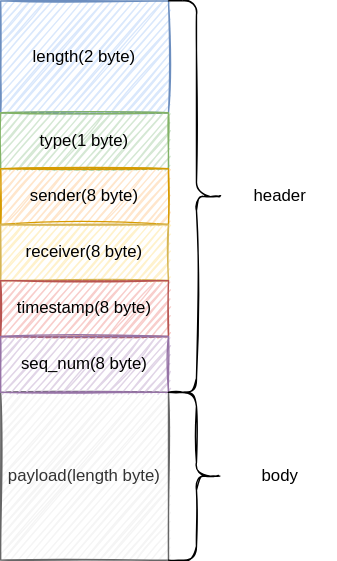
Earlier version of the draw.io export doc/msg_structure.svg (SuanCaiYv/prim). Source tidied: cells renumbered, new cells last; positions are measured from the earlier drawing's top-left corner, leaving out a move shared by most shapes. Its diagram source:
```xml
<mxGraphModel>
  <root>
    <mxCell id="0" />
    <mxCell id="1" parent="0" />
    <mxCell id="2" value="length(2 byte)" style="rounded=0;whiteSpace=wrap;html=1;fillColor=#dae8fc;strokeColor=#6c8ebf;sketch=1;" parent="1" vertex="1">
      <mxGeometry width="120" height="80" as="geometry" />
    </mxCell>
    <mxCell id="3" value="type(1 byte)" style="rounded=0;whiteSpace=wrap;html=1;fillColor=#d5e8d4;strokeColor=#82b366;sketch=1;" parent="1" vertex="1">
      <mxGeometry y="80" width="120" height="40" as="geometry" />
    </mxCell>
    <mxCell id="4" value="payload(length byte)" style="rounded=0;whiteSpace=wrap;html=1;fillColor=#f5f5f5;strokeColor=#666666;fontColor=#333333;sketch=1;" parent="1" vertex="1">
      <mxGeometry y="280" width="120" height="120" as="geometry" />
    </mxCell>
    <mxCell id="5" value="sender(8 byte)" style="rounded=0;whiteSpace=wrap;html=1;fillColor=#ffe6cc;strokeColor=#d79b00;sketch=1;" parent="1" vertex="1">
      <mxGeometry y="120" width="120" height="40" as="geometry" />
    </mxCell>
    <mxCell id="6" value="receiver(8 byte)" style="rounded=0;whiteSpace=wrap;html=1;fillColor=#fff2cc;strokeColor=#d6b656;sketch=1;" parent="1" vertex="1">
      <mxGeometry y="160" width="120" height="40" as="geometry" />
    </mxCell>
    <mxCell id="7" value="timestamp(8 byte)" style="rounded=0;whiteSpace=wrap;html=1;fillColor=#f8cecc;strokeColor=#b85450;sketch=1;" parent="1" vertex="1">
      <mxGeometry y="200" width="120" height="40" as="geometry" />
    </mxCell>
    <mxCell id="8" value="seq_num(8 byte)" style="rounded=0;whiteSpace=wrap;html=1;fillColor=#e1d5e7;strokeColor=#9673a6;sketch=1;" parent="1" vertex="1">
      <mxGeometry y="240" width="120" height="40" as="geometry" />
    </mxCell>
    <mxCell id="9" style="shape=curlyBracket;whiteSpace=wrap;html=1;rounded=1;flipH=1;sketch=1;" parent="1" vertex="1">
      <mxGeometry x="120" width="40" height="280" as="geometry" />
    </mxCell>
    <mxCell id="10" value="header" style="text;html=1;strokeColor=none;fillColor=none;align=center;verticalAlign=middle;whiteSpace=wrap;rounded=0;sketch=1;" parent="1" vertex="1">
      <mxGeometry x="160" y="120" width="80" height="40" as="geometry" />
    </mxCell>
    <mxCell id="11" style="shape=curlyBracket;whiteSpace=wrap;html=1;rounded=1;flipH=1;sketch=1;" parent="1" vertex="1">
      <mxGeometry x="120" y="280" width="40" height="120" as="geometry" />
    </mxCell>
    <mxCell id="12" value="body" style="text;html=1;strokeColor=none;fillColor=none;align=center;verticalAlign=middle;whiteSpace=wrap;rounded=0;sketch=1;" parent="1" vertex="1">
      <mxGeometry x="160" y="320" width="80" height="40" as="geometry" />
    </mxCell>
  </root>
</mxGraphModel>
```
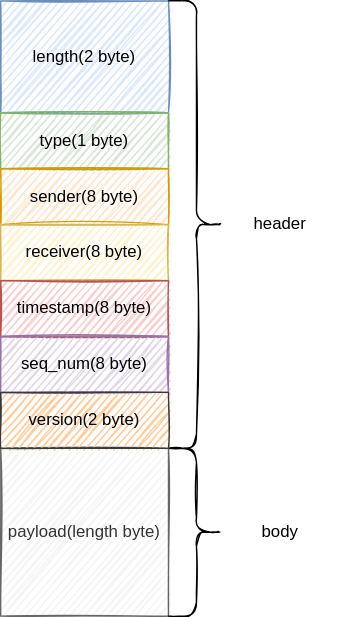
The same diagram one commit later.

Change to the diagram source:
```diff
@@ -9,7 +9,7 @@
       <mxGeometry y="80" width="120" height="40" as="geometry" />
     </mxCell>
     <mxCell id="4" value="payload(length byte)" style="rounded=0;whiteSpace=wrap;html=1;fillColor=#f5f5f5;strokeColor=#666666;fontColor=#333333;sketch=1;" parent="1" vertex="1">
-      <mxGeometry y="280" width="120" height="120" as="geometry" />
+      <mxGeometry y="320" width="120" height="120" as="geometry" />
     </mxCell>
     <mxCell id="5" value="sender(8 byte)" style="rounded=0;whiteSpace=wrap;html=1;fillColor=#ffe6cc;strokeColor=#d79b00;sketch=1;" parent="1" vertex="1">
       <mxGeometry y="120" width="120" height="40" as="geometry" />
@@ -24,16 +24,19 @@
       <mxGeometry y="240" width="120" height="40" as="geometry" />
     </mxCell>
     <mxCell id="9" style="shape=curlyBracket;whiteSpace=wrap;html=1;rounded=1;flipH=1;sketch=1;" parent="1" vertex="1">
-      <mxGeometry x="120" width="40" height="280" as="geometry" />
+      <mxGeometry x="120" width="40" height="320" as="geometry" />
     </mxCell>
     <mxCell id="10" value="header" style="text;html=1;strokeColor=none;fillColor=none;align=center;verticalAlign=middle;whiteSpace=wrap;rounded=0;sketch=1;" parent="1" vertex="1">
-      <mxGeometry x="160" y="120" width="80" height="40" as="geometry" />
+      <mxGeometry x="160" y="140" width="80" height="40" as="geometry" />
     </mxCell>
     <mxCell id="11" style="shape=curlyBracket;whiteSpace=wrap;html=1;rounded=1;flipH=1;sketch=1;" parent="1" vertex="1">
-      <mxGeometry x="120" y="280" width="40" height="120" as="geometry" />
+      <mxGeometry x="120" y="320" width="40" height="120" as="geometry" />
     </mxCell>
     <mxCell id="12" value="body" style="text;html=1;strokeColor=none;fillColor=none;align=center;verticalAlign=middle;whiteSpace=wrap;rounded=0;sketch=1;" parent="1" vertex="1">
-      <mxGeometry x="160" y="320" width="80" height="40" as="geometry" />
+      <mxGeometry x="160" y="360" width="80" height="40" as="geometry" />
     </mxCell>
+    <mxCell id="13" value="version(2 byte)" style="rounded=0;whiteSpace=wrap;html=1;fillColor=#ffcc99;strokeColor=#36393d;sketch=1;" parent="1" vertex="1">
+      <mxGeometry y="280" width="120" height="40" as="geometry" />
+    </mxCell>
   </root>
 </mxGraphModel>
```
